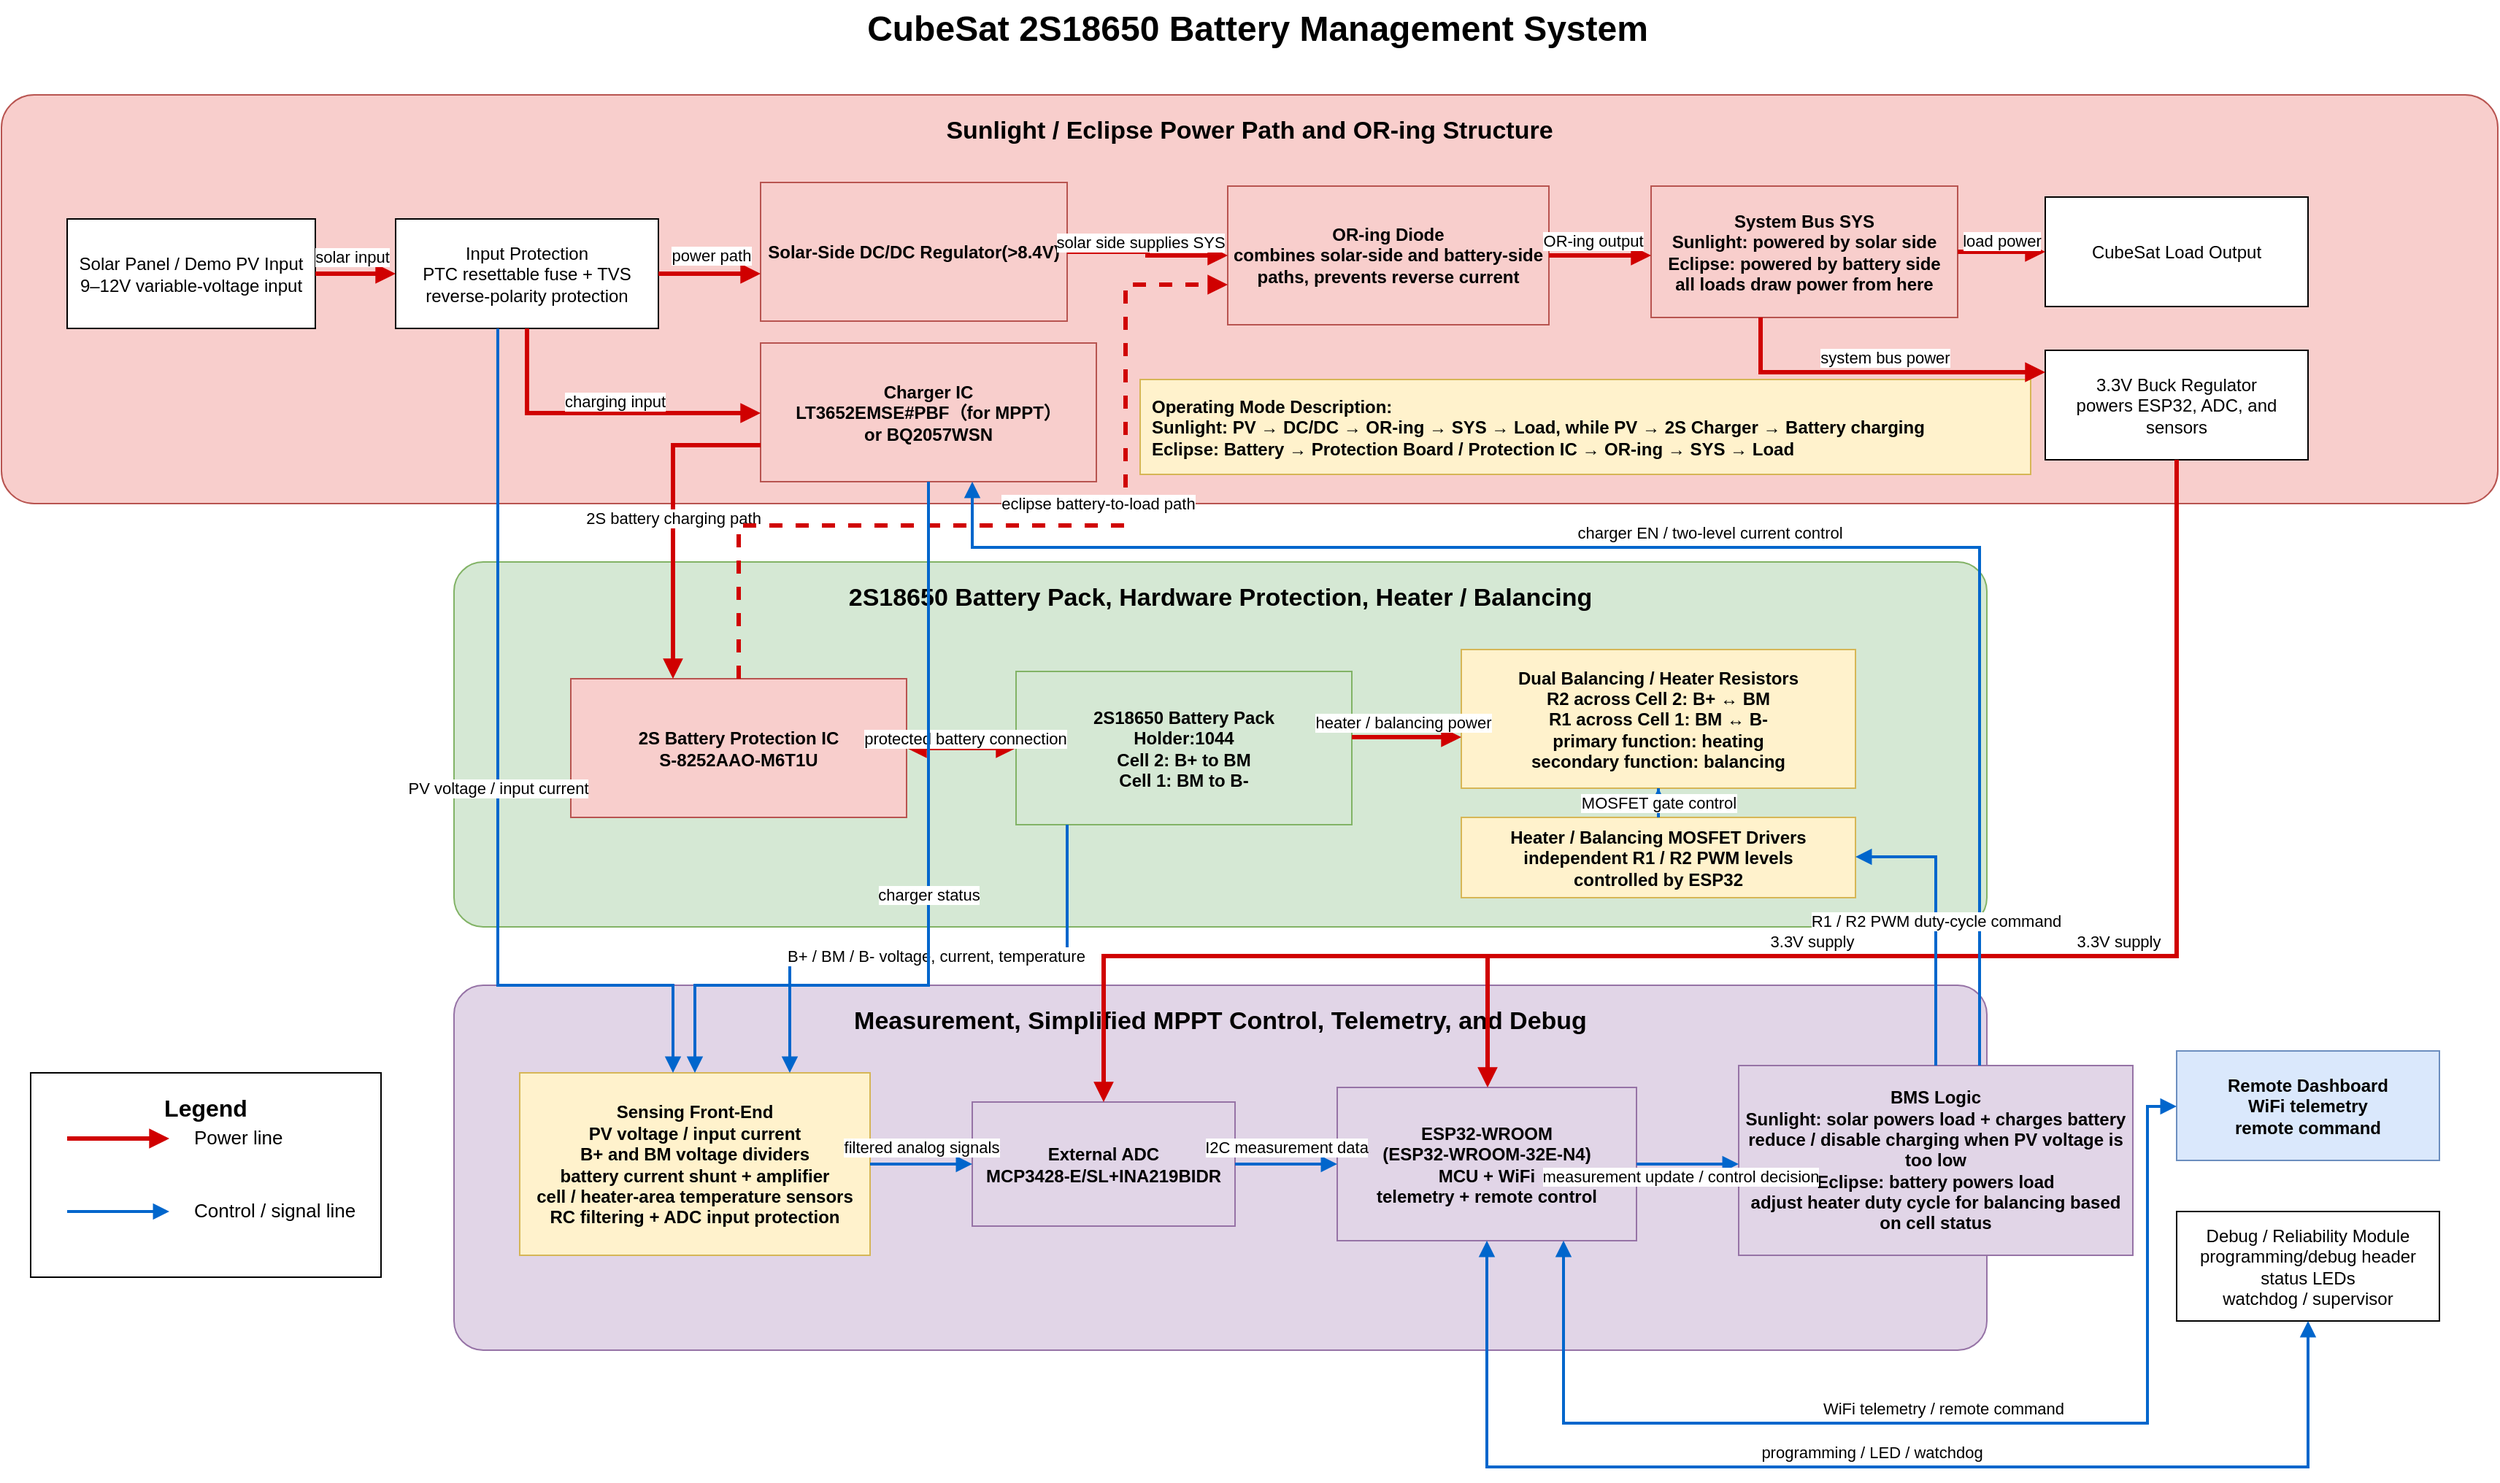
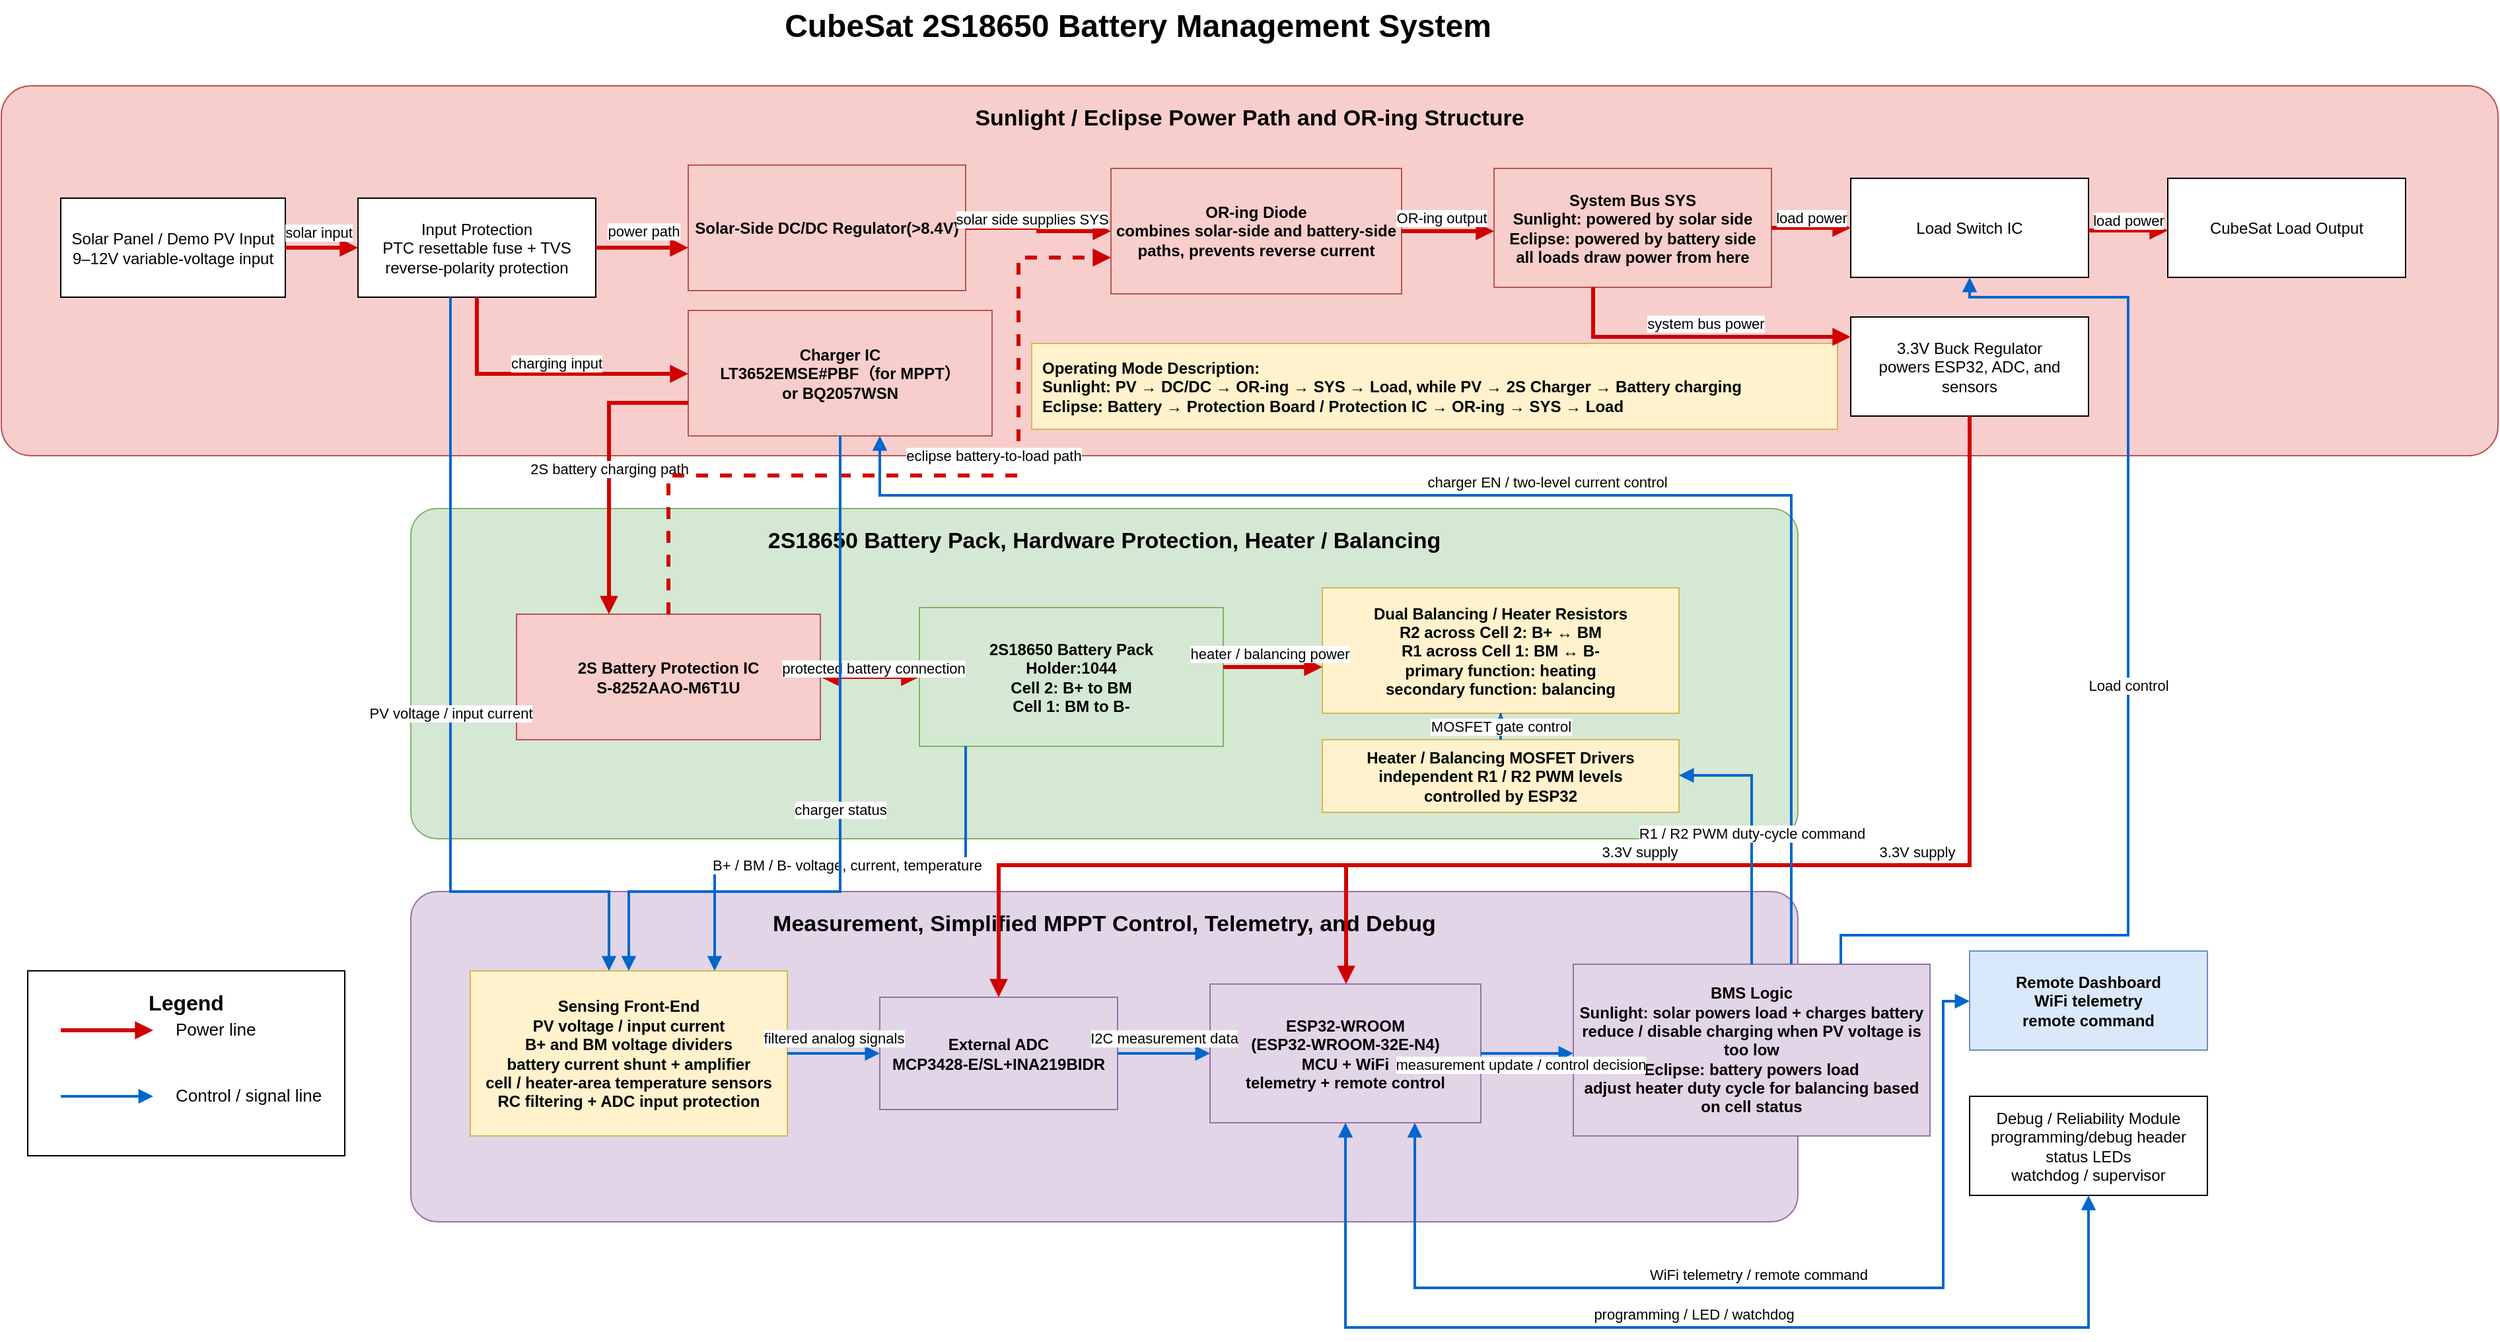
<mxfile host="app.diagrams.net">
  <diagram name="第 1 页" id="mtsnZ4J5otzk8pghUDI_">
-     <mxGraphModel dx="1216" dy="703" grid="1" gridSize="10" guides="1" tooltips="1" connect="1" arrows="1" fold="1" page="1" pageScale="1" pageWidth="1800" pageHeight="1050" math="0" shadow="0">
+     <mxGraphModel dx="1155" dy="720" grid="1" gridSize="10" guides="1" tooltips="1" connect="1" arrows="1" fold="1" page="1" pageScale="1" pageWidth="1800" pageHeight="1050" math="0" shadow="0">
      <root>
        <mxCell id="0" />
        <mxCell id="1" parent="0" />
        <mxCell id="title" parent="1" style="text;html=1;strokeColor=none;fillColor=none;align=center;verticalAlign=middle;fontSize=24;fontStyle=1" value="CubeSat 2S18650 Battery Management System" vertex="1">
          <mxGeometry height="40" width="1380" x="210" y="25" as="geometry" />
        </mxCell>
        <mxCell id="box_power" parent="1" style="rounded=1;whiteSpace=wrap;html=1;container=1;collapsible=0;recursiveResize=0;arcSize=8;fontSize=17;fontStyle=1;verticalAlign=top;spacingTop=8;fillColor=#f8cecc;strokeColor=#b85450;" value="Sunlight / Eclipse Power Path and OR-ing Structure" vertex="1">
-           <mxGeometry height="280" width="1710" x="40" y="90" as="geometry" />
+           <mxGeometry height="280" width="1890" x="40" y="90" as="geometry" />
        </mxCell>
        <mxCell id="oring" parent="box_power" style="rounded=0;whiteSpace=wrap;html=1;fillColor=#f8cecc;strokeColor=#b85450;fontSize=12;fontStyle=1;" value="OR-ing Diode&lt;br&gt;combines solar-side and battery-side paths, prevents reverse current" vertex="1">
          <mxGeometry height="95" width="220" x="840" y="62.5" as="geometry" />
        </mxCell>
        <mxCell id="system_bus" parent="box_power" style="rounded=0;whiteSpace=wrap;html=1;fillColor=#f8cecc;strokeColor=#b85450;fontSize=12;fontStyle=1;" value="System Bus SYS&lt;br&gt;Sunlight: powered by solar side&lt;br&gt;Eclipse: powered by battery side&lt;br&gt;all loads draw power from here" vertex="1">
          <mxGeometry height="90" width="210" x="1130" y="62.5" as="geometry" />
        </mxCell>
        <mxCell id="p_oring_to_bus" edge="1" parent="box_power" source="oring" style="edgeStyle=orthogonalEdgeStyle;rounded=0;orthogonalLoop=1;jettySize=auto;endArrow=block;html=1;strokeWidth=3;strokeColor=#d00000;fontSize=11;" target="system_bus" value="OR-ing output">
          <mxGeometry relative="1" x="-0.1429" y="10" as="geometry">
            <mxPoint as="offset" />
            <Array as="points">
              <mxPoint x="1110" y="110" />
              <mxPoint x="1110" y="110" />
            </Array>
          </mxGeometry>
        </mxCell>
+         <mxCell id="load" parent="box_power" style="rounded=0;whiteSpace=wrap;html=1;fillColor=#ffffff;strokeColor=#000000;fontSize=12;" value="Load Switch IC" vertex="1">
+           <mxGeometry height="75" width="180" x="1400" y="70" as="geometry" />
+         </mxCell>
+         <mxCell id="p_bus_to_load" edge="1" parent="box_power" source="system_bus" style="edgeStyle=orthogonalEdgeStyle;rounded=0;orthogonalLoop=1;jettySize=auto;endArrow=block;html=1;strokeWidth=3;strokeColor=#d00000;fontSize=11;" target="load" value="load power">
+           <mxGeometry relative="1" x="0.0067" y="8" as="geometry">
+             <mxPoint as="offset" />
+             <Array as="points">
+               <mxPoint x="1370" y="108" />
+               <mxPoint x="1370" y="108" />
+             </Array>
+           </mxGeometry>
+         </mxCell>
+         <mxCell id="vB4gOoja8xux1XnVtfFI-2" parent="box_power" style="rounded=0;whiteSpace=wrap;html=1;fillColor=#ffffff;strokeColor=#000000;fontSize=12;" value="CubeSat Load Output" vertex="1">
+           <mxGeometry height="75" width="180" x="1640" y="70" as="geometry" />
+         </mxCell>
+         <mxCell id="vB4gOoja8xux1XnVtfFI-4" edge="1" parent="box_power" style="edgeStyle=orthogonalEdgeStyle;rounded=0;orthogonalLoop=1;jettySize=auto;endArrow=block;html=1;strokeWidth=3;strokeColor=#d00000;fontSize=11;" value="load power">
+           <mxGeometry relative="1" x="0.0067" y="8" as="geometry">
+             <mxPoint as="offset" />
+             <Array as="points">
+               <mxPoint x="1610" y="109.5" />
+               <mxPoint x="1610" y="109.5" />
+             </Array>
+             <mxPoint x="1580" y="109.5" as="sourcePoint" />
+             <mxPoint x="1640" y="109.5" as="targetPoint" />
+           </mxGeometry>
+         </mxCell>
        <mxCell id="box_battery" parent="1" style="rounded=1;whiteSpace=wrap;html=1;container=1;collapsible=0;recursiveResize=0;arcSize=8;fontSize=17;fontStyle=1;verticalAlign=top;spacingTop=8;fillColor=#d5e8d4;strokeColor=#82b366;" value="2S18650 Battery Pack, Hardware Protection, Heater / Balancing" vertex="1">
          <mxGeometry height="250" width="1050" x="350" y="410" as="geometry" />
        </mxCell>
        <mxCell id="box_control" parent="1" style="rounded=1;whiteSpace=wrap;html=1;container=1;collapsible=0;recursiveResize=0;arcSize=8;fontSize=17;fontStyle=1;verticalAlign=top;spacingTop=8;fillColor=#e1d5e7;strokeColor=#9673a6;" value="Measurement, Simplified MPPT Control, Telemetry, and Debug" vertex="1">
          <mxGeometry height="250" width="1050" x="350" y="700" as="geometry" />
        </mxCell>
        <mxCell id="legend" parent="1" style="rounded=0;whiteSpace=wrap;html=1;fillColor=#ffffff;strokeColor=#000000;fontSize=16;fontStyle=1;verticalAlign=top;spacingTop=8;" value="Legend" vertex="1">
          <mxGeometry height="140" width="240" x="60" y="760" as="geometry" />
        </mxCell>
        <mxCell id="solar" parent="1" style="rounded=0;whiteSpace=wrap;html=1;fillColor=#ffffff;strokeColor=#000000;fontSize=12;" value="Solar Panel / Demo PV Input&lt;br&gt;9–12V variable-voltage input" vertex="1">
          <mxGeometry height="75" width="170" x="85" y="175" as="geometry" />
        </mxCell>
        <mxCell id="input_protection" parent="1" style="rounded=0;whiteSpace=wrap;html=1;fillColor=#ffffff;strokeColor=#000000;fontSize=12;" value="Input Protection&lt;br&gt;PTC resettable fuse + TVS&lt;br&gt;reverse-polarity protection" vertex="1">
          <mxGeometry height="75" width="180" x="310" y="175" as="geometry" />
        </mxCell>
        <mxCell id="solar_bus_reg" parent="1" style="rounded=0;whiteSpace=wrap;html=1;fillColor=#f8cecc;strokeColor=#b85450;fontSize=12;fontStyle=1;" value="Solar-Side DC/DC Regulator(&amp;gt;8.4V)" vertex="1">
          <mxGeometry height="95" width="210" x="560" y="150" as="geometry" />
        </mxCell>
        <mxCell id="solar_charger" parent="1" style="rounded=0;whiteSpace=wrap;html=1;fillColor=#f8cecc;strokeColor=#b85450;fontSize=12;fontStyle=1;" value="Charger IC&lt;br&gt;LT3652EMSE#PBF（for MPPT）&lt;br&gt;or BQ2057WSN" vertex="1">
          <mxGeometry height="95" width="230" x="560" y="260" as="geometry" />
        </mxCell>
-         <mxCell id="load" parent="1" style="rounded=0;whiteSpace=wrap;html=1;fillColor=#ffffff;strokeColor=#000000;fontSize=12;" value="CubeSat Load Output" vertex="1">
-           <mxGeometry height="75" width="180" x="1440" y="160" as="geometry" />
-         </mxCell>
        <mxCell id="regulator" parent="1" style="rounded=0;whiteSpace=wrap;html=1;fillColor=#ffffff;strokeColor=#000000;fontSize=12;" value="3.3V Buck Regulator&lt;br&gt;powers ESP32, ADC, and sensors" vertex="1">
          <mxGeometry height="75" width="180" x="1440" y="265" as="geometry" />
        </mxCell>
        <mxCell id="mode_note" parent="1" style="rounded=0;whiteSpace=wrap;html=1;fillColor=#fff2cc;strokeColor=#d6b656;fontSize=12;fontStyle=1;align=left;spacing=8;" value="Operating Mode Description:&lt;br&gt;Sunlight: PV → DC/DC → OR-ing → SYS → Load, while PV → 2S Charger → Battery charging&lt;br&gt;Eclipse: Battery → Protection Board / Protection IC → OR-ing → SYS → Load" vertex="1">
          <mxGeometry height="65" width="610" x="820" y="285" as="geometry" />
        </mxCell>
        <mxCell id="protection" parent="1" style="rounded=0;whiteSpace=wrap;html=1;fillColor=#f8cecc;strokeColor=#b85450;fontSize=12;fontStyle=1;" value="2S Battery Protection IC&lt;br&gt;&lt;div&gt;S-8252AAO-M6T1U&lt;/div&gt;" vertex="1">
          <mxGeometry height="95" width="230" x="430" y="490" as="geometry" />
        </mxCell>
        <mxCell id="battery" parent="1" style="rounded=0;whiteSpace=wrap;html=1;fillColor=#d5e8d4;strokeColor=#82b366;fontSize=12;fontStyle=1;" value="2S18650 Battery Pack&lt;div&gt;Holder:1044&lt;br&gt;Cell 2: B+ to BM&lt;br&gt;Cell 1: BM to B-&lt;/div&gt;" vertex="1">
          <mxGeometry height="105" width="230" x="735" y="485" as="geometry" />
        </mxCell>
        <mxCell id="heater_resistors" parent="1" style="rounded=0;whiteSpace=wrap;html=1;fillColor=#fff2cc;strokeColor=#d6b656;fontSize=12;fontStyle=1;" value="Dual Balancing / Heater Resistors&lt;br&gt;R2 across Cell 2: B+ ↔ BM&lt;br&gt;R1 across Cell 1: BM ↔ B-&lt;br&gt;primary function: heating&lt;br&gt;secondary function: balancing" vertex="1">
          <mxGeometry height="95" width="270" x="1040" y="470" as="geometry" />
        </mxCell>
        <mxCell id="heater_driver" parent="1" style="rounded=0;whiteSpace=wrap;html=1;fillColor=#fff2cc;strokeColor=#d6b656;fontSize=12;fontStyle=1;" value="Heater / Balancing MOSFET Drivers&lt;br&gt;independent R1 / R2 PWM levels&lt;br&gt;controlled by ESP32" vertex="1">
          <mxGeometry height="55" width="270" x="1040" y="585" as="geometry" />
        </mxCell>
        <mxCell id="sensing" parent="1" style="rounded=0;whiteSpace=wrap;html=1;fillColor=#fff2cc;strokeColor=#d6b656;fontSize=12;fontStyle=1;" value="Sensing Front-End&lt;br&gt;PV voltage / input current&lt;br&gt;B+ and BM voltage dividers&lt;br&gt;battery current shunt + amplifier&lt;br&gt;cell / heater-area temperature sensors&lt;br&gt;RC filtering + ADC input protection" vertex="1">
          <mxGeometry height="125" width="240" x="395" y="760" as="geometry" />
        </mxCell>
        <mxCell id="adc" parent="1" style="rounded=0;whiteSpace=wrap;html=1;fillColor=#e1d5e7;strokeColor=#9673a6;fontSize=12;fontStyle=1;" value="External ADC&lt;br&gt;MCP3428-E/SL&lt;span style=&quot;background-color: transparent; color: light-dark(rgb(0, 0, 0), rgb(255, 255, 255));&quot;&gt;+&lt;/span&gt;&lt;span style=&quot;background-color: transparent; color: light-dark(rgb(0, 0, 0), rgb(255, 255, 255));&quot;&gt;INA219BIDR&lt;/span&gt;" vertex="1">
          <mxGeometry height="85" width="180" x="705" y="780" as="geometry" />
        </mxCell>
        <mxCell id="esp32" parent="1" style="rounded=0;whiteSpace=wrap;html=1;fillColor=#e1d5e7;strokeColor=#9673a6;fontSize=12;fontStyle=1;" value="ESP32-WROOM&lt;br&gt;(ESP32-WROOM-32E-N4)&lt;br&gt;MCU + WiFi&lt;br&gt;telemetry + remote control" vertex="1">
          <mxGeometry height="105" width="205" x="955" y="770" as="geometry" />
        </mxCell>
        <mxCell id="firmware" parent="1" style="rounded=0;whiteSpace=wrap;html=1;fillColor=#e1d5e7;strokeColor=#9673a6;fontSize=12;fontStyle=1;" value="BMS Logic&lt;br&gt;Sunlight: solar powers load + charges battery&lt;br&gt;reduce / disable charging when PV voltage is too low&lt;br&gt;Eclipse: battery powers load&lt;br&gt;adjust heater duty cycle for balancing based on cell status" vertex="1">
          <mxGeometry height="130" width="270" x="1230" y="755" as="geometry" />
        </mxCell>
        <mxCell id="remote" parent="1" style="rounded=0;whiteSpace=wrap;html=1;fillColor=#dae8fc;strokeColor=#6c8ebf;fontSize=12;fontStyle=1;" value="Remote Dashboard&lt;br&gt;WiFi telemetry&lt;br&gt;remote command" vertex="1">
          <mxGeometry height="75" width="180" x="1530" y="745" as="geometry" />
        </mxCell>
        <mxCell id="debug" parent="1" style="rounded=0;whiteSpace=wrap;html=1;fillColor=#ffffff;strokeColor=#000000;fontSize=12;" value="Debug / Reliability Module&lt;br&gt;programming/debug header&lt;br&gt;status LEDs&lt;br&gt;watchdog / supervisor" vertex="1">
          <mxGeometry height="75" width="180" x="1530" y="855" as="geometry" />
        </mxCell>
        <mxCell id="legend_power_line" edge="1" parent="1" style="endArrow=block;html=1;rounded=0;strokeWidth=3;strokeColor=#d00000;" value="">
          <mxGeometry relative="1" as="geometry">
            <mxPoint x="85" y="805" as="sourcePoint" />
            <mxPoint x="155" y="805" as="targetPoint" />
          </mxGeometry>
        </mxCell>
        <mxCell id="legend_power_text" parent="1" style="text;html=1;strokeColor=none;fillColor=none;fontSize=13;" value="Power line" vertex="1">
          <mxGeometry height="30" width="110" x="170" y="790" as="geometry" />
        </mxCell>
        <mxCell id="legend_signal_line" edge="1" parent="1" style="endArrow=block;html=1;rounded=0;strokeWidth=2;strokeColor=#0066cc;" value="">
          <mxGeometry relative="1" as="geometry">
            <mxPoint x="85" y="855" as="sourcePoint" />
            <mxPoint x="155" y="855" as="targetPoint" />
          </mxGeometry>
        </mxCell>
        <mxCell id="legend_signal_text" parent="1" style="text;html=1;strokeColor=none;fillColor=none;fontSize=13;" value="Control / signal line" vertex="1">
          <mxGeometry height="30" width="130" x="170" y="840" as="geometry" />
        </mxCell>
        <mxCell id="p_solar_to_input" edge="1" parent="1" source="solar" style="edgeStyle=orthogonalEdgeStyle;rounded=0;orthogonalLoop=1;jettySize=auto;endArrow=block;html=1;strokeWidth=3;strokeColor=#d00000;fontSize=11;" target="input_protection" value="solar input">
          <mxGeometry relative="1" x="-0.0909" y="13" as="geometry">
            <mxPoint y="1" as="offset" />
          </mxGeometry>
        </mxCell>
        <mxCell id="p_input_to_solar_bus_reg" edge="1" parent="1" source="input_protection" style="edgeStyle=orthogonalEdgeStyle;rounded=0;orthogonalLoop=1;jettySize=auto;endArrow=block;html=1;strokeWidth=3;strokeColor=#d00000;fontSize=11;" target="solar_bus_reg" value="power path">
          <mxGeometry relative="1" x="0.0348" y="13" as="geometry">
            <mxPoint as="offset" />
            <Array as="points">
              <mxPoint x="550" y="212" />
              <mxPoint x="550" y="212" />
            </Array>
          </mxGeometry>
        </mxCell>
        <mxCell id="p_input_to_charger" edge="1" parent="1" source="input_protection" style="edgeStyle=orthogonalEdgeStyle;rounded=0;orthogonalLoop=1;jettySize=auto;endArrow=block;html=1;strokeWidth=3;strokeColor=#d00000;fontSize=11;" target="solar_charger" value="charging input">
          <mxGeometry relative="1" x="0.0828" y="8" as="geometry">
            <mxPoint as="offset" />
            <Array as="points">
              <mxPoint x="400" y="308" />
            </Array>
          </mxGeometry>
        </mxCell>
        <mxCell id="p_solar_bus_reg_to_oring" edge="1" parent="1" source="solar_bus_reg" style="edgeStyle=orthogonalEdgeStyle;rounded=0;orthogonalLoop=1;jettySize=auto;endArrow=block;html=1;strokeWidth=3;strokeColor=#d00000;fontSize=11;" target="oring" value="solar side supplies SYS">
          <mxGeometry relative="1" x="-0.1111" y="8" as="geometry">
            <mxPoint y="1" as="offset" />
-           </mxGeometry>
-         </mxCell>
-         <mxCell id="p_bus_to_load" edge="1" parent="1" source="system_bus" style="edgeStyle=orthogonalEdgeStyle;rounded=0;orthogonalLoop=1;jettySize=auto;endArrow=block;html=1;strokeWidth=3;strokeColor=#d00000;fontSize=11;" target="load" value="load power">
-           <mxGeometry relative="1" x="0.0067" y="8" as="geometry">
-             <mxPoint as="offset" />
          </mxGeometry>
        </mxCell>
        <mxCell id="p_bus_to_reg" edge="1" parent="1" source="system_bus" style="edgeStyle=orthogonalEdgeStyle;rounded=0;orthogonalLoop=1;jettySize=auto;endArrow=block;html=1;strokeWidth=3;strokeColor=#d00000;fontSize=11;" target="regulator" value="system bus power">
          <mxGeometry relative="1" x="0.0517" y="10" as="geometry">
            <mxPoint as="offset" />
            <Array as="points">
              <mxPoint x="1245" y="280" />
            </Array>
          </mxGeometry>
        </mxCell>
        <mxCell id="p_reg_to_esp" edge="1" parent="1" source="regulator" style="edgeStyle=orthogonalEdgeStyle;rounded=0;orthogonalLoop=1;jettySize=auto;endArrow=block;html=1;strokeWidth=3;strokeColor=#d00000;fontSize=11;" target="esp32" value="3.3V supply">
          <mxGeometry relative="1" x="-0.1575" y="-10" as="geometry">
            <mxPoint as="offset" />
            <Array as="points">
              <mxPoint x="1530" y="680" />
              <mxPoint x="1058" y="680" />
            </Array>
          </mxGeometry>
        </mxCell>
        <mxCell id="p_reg_to_adc" edge="1" parent="1" source="regulator" style="edgeStyle=orthogonalEdgeStyle;rounded=0;orthogonalLoop=1;jettySize=auto;endArrow=block;html=1;strokeWidth=3;strokeColor=#d00000;fontSize=11;" target="adc" value="3.3V supply">
          <mxGeometry relative="1" x="0.0042" y="-10" as="geometry">
            <mxPoint as="offset" />
            <Array as="points">
              <mxPoint x="1530" y="680" />
              <mxPoint x="795" y="680" />
            </Array>
          </mxGeometry>
        </mxCell>
        <mxCell id="p_charger_to_protection" edge="1" parent="1" source="solar_charger" style="edgeStyle=orthogonalEdgeStyle;rounded=0;orthogonalLoop=1;jettySize=auto;endArrow=block;html=1;strokeWidth=3;strokeColor=#d00000;fontSize=11;" target="protection" value="2S battery charging path">
          <mxGeometry relative="1" as="geometry">
            <Array as="points">
              <mxPoint x="500" y="330" />
            </Array>
          </mxGeometry>
        </mxCell>
        <mxCell id="p_protection_to_battery" edge="1" parent="1" source="protection" style="edgeStyle=orthogonalEdgeStyle;rounded=0;orthogonalLoop=1;jettySize=auto;startArrow=block;endArrow=block;html=1;strokeWidth=3;strokeColor=#d00000;fontSize=11;" target="battery" value="protected battery connection">
          <mxGeometry relative="1" x="0.0667" y="8" as="geometry">
            <mxPoint y="1" as="offset" />
          </mxGeometry>
        </mxCell>
        <mxCell id="p_protection_to_oring" edge="1" parent="1" source="protection" style="edgeStyle=orthogonalEdgeStyle;rounded=0;orthogonalLoop=1;jettySize=auto;endArrow=block;html=1;strokeWidth=3;strokeColor=#d00000;fontSize=11;dashed=1;" target="oring" value="eclipse battery-to-load path">
          <mxGeometry relative="1" x="0.1579" y="15" as="geometry">
            <mxPoint as="offset" />
            <Array as="points">
              <mxPoint x="545" y="385" />
              <mxPoint x="810" y="385" />
              <mxPoint x="810" y="220" />
            </Array>
          </mxGeometry>
        </mxCell>
        <mxCell id="p_battery_to_heater" edge="1" parent="1" source="battery" style="edgeStyle=orthogonalEdgeStyle;rounded=0;orthogonalLoop=1;jettySize=auto;endArrow=block;html=1;strokeWidth=3;strokeColor=#d00000;fontSize=11;" target="heater_resistors" value="heater / balancing power">
          <mxGeometry relative="1" x="-0.0667" y="10" as="geometry">
            <mxPoint as="offset" />
            <Array as="points">
              <mxPoint x="1030" y="530" />
              <mxPoint x="1030" y="530" />
            </Array>
          </mxGeometry>
        </mxCell>
        <mxCell id="s_battery_to_sensing" edge="1" parent="1" source="battery" style="edgeStyle=orthogonalEdgeStyle;rounded=0;orthogonalLoop=1;jettySize=auto;endArrow=block;html=1;strokeWidth=2;strokeColor=#0066cc;fontSize=11;" target="sensing" value="B+ / BM / B- voltage, current, temperature">
          <mxGeometry relative="1" as="geometry">
            <Array as="points">
              <mxPoint x="770" y="680" />
              <mxPoint x="580" y="680" />
            </Array>
          </mxGeometry>
        </mxCell>
        <mxCell id="s_pv_to_sensing" edge="1" parent="1" source="input_protection" style="edgeStyle=orthogonalEdgeStyle;rounded=0;orthogonalLoop=1;jettySize=auto;endArrow=block;html=1;strokeWidth=2;strokeColor=#0066cc;fontSize=11;" target="sensing" value="PV voltage / input current">
          <mxGeometry relative="1" as="geometry">
            <Array as="points">
              <mxPoint x="380" y="700" />
              <mxPoint x="500" y="700" />
            </Array>
          </mxGeometry>
        </mxCell>
        <mxCell id="s_charger_to_sensing" edge="1" parent="1" source="solar_charger" style="edgeStyle=orthogonalEdgeStyle;rounded=0;orthogonalLoop=1;jettySize=auto;endArrow=block;html=1;strokeWidth=2;strokeColor=#0066cc;fontSize=11;" target="sensing" value="charger status">
          <mxGeometry relative="1" as="geometry">
            <Array as="points">
              <mxPoint x="675" y="700" />
              <mxPoint x="515" y="700" />
            </Array>
          </mxGeometry>
        </mxCell>
        <mxCell id="s_sensing_to_adc" edge="1" parent="1" source="sensing" style="edgeStyle=orthogonalEdgeStyle;rounded=0;orthogonalLoop=1;jettySize=auto;endArrow=block;html=1;strokeWidth=2;strokeColor=#0066cc;fontSize=11;" target="adc" value="filtered analog signals">
          <mxGeometry relative="1" y="13" as="geometry">
            <mxPoint y="1" as="offset" />
          </mxGeometry>
        </mxCell>
        <mxCell id="s_adc_to_esp" edge="1" parent="1" source="adc" style="edgeStyle=orthogonalEdgeStyle;rounded=0;orthogonalLoop=1;jettySize=auto;endArrow=block;html=1;strokeWidth=2;strokeColor=#0066cc;fontSize=11;" target="esp32" value="I2C measurement data">
          <mxGeometry relative="1" y="13" as="geometry">
            <mxPoint y="1" as="offset" />
          </mxGeometry>
        </mxCell>
        <mxCell id="s_esp_to_firmware" edge="1" parent="1" source="esp32" style="edgeStyle=orthogonalEdgeStyle;rounded=0;orthogonalLoop=1;jettySize=auto;endArrow=block;html=1;strokeWidth=2;strokeColor=#0066cc;fontSize=11;" target="firmware" value="measurement update / control decision">
          <mxGeometry relative="1" x="-0.1429" y="-8" as="geometry">
            <mxPoint as="offset" />
            <Array as="points">
              <mxPoint x="1210" y="822" />
              <mxPoint x="1210" y="822" />
            </Array>
          </mxGeometry>
        </mxCell>
        <mxCell id="s_firmware_to_charger" edge="1" parent="1" style="edgeStyle=orthogonalEdgeStyle;rounded=0;orthogonalLoop=1;jettySize=auto;endArrow=block;html=1;strokeWidth=2;strokeColor=#0066cc;fontSize=11;" value="charger EN / two-level current control">
          <mxGeometry relative="1" x="-0.009" y="-10" as="geometry">
            <mxPoint as="offset" />
            <Array as="points">
              <mxPoint x="1394.96" y="400" />
              <mxPoint x="704.96" y="400" />
            </Array>
            <mxPoint x="1395.00347826087" y="755" as="sourcePoint" />
            <mxPoint x="705.0034782608698" y="355" as="targetPoint" />
          </mxGeometry>
        </mxCell>
        <mxCell id="s_firmware_to_heater_driver" edge="1" parent="1" source="firmware" style="edgeStyle=orthogonalEdgeStyle;rounded=0;orthogonalLoop=1;jettySize=auto;endArrow=block;html=1;strokeWidth=2;strokeColor=#0066cc;fontSize=11;" target="heater_driver" value="R1 / R2 PWM duty-cycle command">
          <mxGeometry relative="1" as="geometry">
            <Array as="points">
              <mxPoint x="1365" y="612" />
            </Array>
          </mxGeometry>
        </mxCell>
        <mxCell id="s_heater_driver_to_resistors" edge="1" parent="1" source="heater_driver" style="edgeStyle=orthogonalEdgeStyle;rounded=0;orthogonalLoop=1;jettySize=auto;endArrow=block;html=1;strokeWidth=2;strokeColor=#0066cc;fontSize=11;" target="heater_resistors" value="MOSFET gate control">
          <mxGeometry relative="1" as="geometry" />
        </mxCell>
        <mxCell id="s_esp_to_remote" edge="1" parent="1" source="esp32" style="edgeStyle=orthogonalEdgeStyle;rounded=0;orthogonalLoop=1;jettySize=auto;startArrow=block;endArrow=block;html=1;strokeWidth=2;strokeColor=#0066cc;fontSize=11;" target="remote" value="WiFi telemetry / remote command">
          <mxGeometry relative="1" x="0.0105" y="10" as="geometry">
            <mxPoint as="offset" />
            <Array as="points">
              <mxPoint x="1110" y="1000" />
              <mxPoint x="1510" y="1000" />
              <mxPoint x="1510" y="783" />
            </Array>
          </mxGeometry>
        </mxCell>
        <mxCell id="s_esp_to_debug" edge="1" parent="1" source="esp32" style="edgeStyle=orthogonalEdgeStyle;rounded=0;orthogonalLoop=1;jettySize=auto;startArrow=block;endArrow=block;html=1;strokeWidth=2;strokeColor=#0066cc;fontSize=11;" target="debug" value="programming / LED / watchdog">
          <mxGeometry relative="1" x="0.0214" y="10" as="geometry">
            <mxPoint x="1" as="offset" />
            <Array as="points">
              <mxPoint x="1058" y="1030" />
              <mxPoint x="1620" y="1030" />
            </Array>
+           </mxGeometry>
+         </mxCell>
+         <mxCell id="vB4gOoja8xux1XnVtfFI-5" edge="1" parent="1" source="firmware" style="edgeStyle=orthogonalEdgeStyle;rounded=0;orthogonalLoop=1;jettySize=auto;endArrow=block;html=1;strokeWidth=2;strokeColor=#0066cc;fontSize=11;exitX=0.75;exitY=0;exitDx=0;exitDy=0;entryX=0.5;entryY=1;entryDx=0;entryDy=0;" target="load" value="Load control">
+           <mxGeometry relative="1" as="geometry">
+             <Array as="points">
+               <mxPoint x="1433" y="733" />
+               <mxPoint x="1650" y="733" />
+               <mxPoint x="1650" y="250" />
+               <mxPoint x="1530" y="250" />
+             </Array>
+             <mxPoint x="1440" y="733" as="sourcePoint" />
+             <mxPoint x="1660" y="420" as="targetPoint" />
          </mxGeometry>
        </mxCell>
      </root>
    </mxGraphModel>
  </diagram>
</mxfile>
